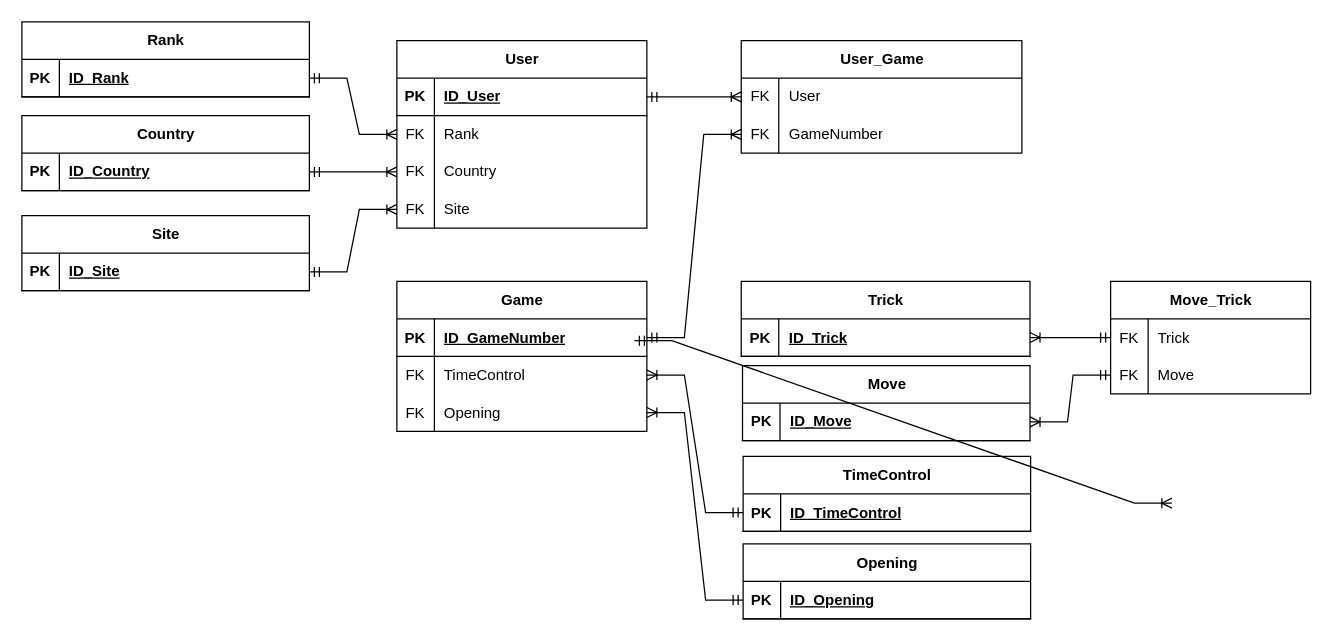
Before: ChessDataBase/Логическая модель.drawio in Gmel2004/DataBasesLabWorks, a draw.io diagram. Source tidied: cells renumbered, new cells numbered last; positions are measured from the earlier drawing's top-left corner, leaving out a move shared by most shapes. Both pictures are drawn from the tidied source at 125%, with x=0, y=0 at pixel (21, -35).
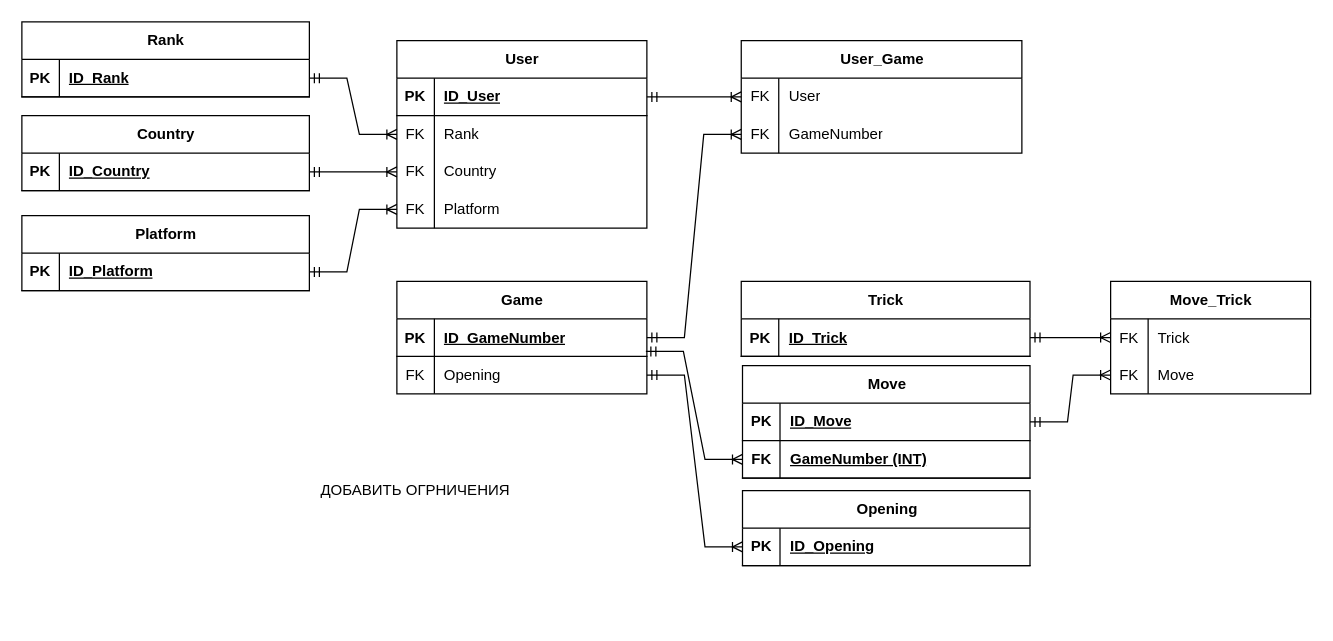
The same diagram, later.

The change refers to these unchanged cells:
```xml
<mxCell id="3" style="shape=tableRow;horizontal=0;startSize=0;swimlaneHead=0;swimlaneBody=0;fillColor=none;points=[[0,0.5],[1,0.5]];portConstraint=eastwest;top=0;left=0;right=0;bottom=1;labelBackgroundColor=none;" parent="2" vertex="1">
  <mxGeometry y="30" width="200" height="30" as="geometry" />
</mxCell>
<mxCell id="22" style="shape=tableRow;horizontal=0;startSize=0;swimlaneHead=0;swimlaneBody=0;fillColor=none;points=[[0,0.5],[1,0.5]];portConstraint=eastwest;top=0;left=0;right=0;bottom=0;labelBackgroundColor=none;" parent="12" vertex="1">
  <mxGeometry y="120" width="200" height="30" as="geometry" />
</mxCell>
<mxCell id="34" style="shape=tableRow;horizontal=0;startSize=0;swimlaneHead=0;swimlaneBody=0;fillColor=none;points=[[0,0.5],[1,0.5]];portConstraint=eastwest;top=0;left=0;right=0;bottom=1;labelBackgroundColor=none;" parent="33" vertex="1">
  <mxGeometry y="30" width="230" height="30" as="geometry" />
</mxCell>
<mxCell id="42" style="shape=tableRow;horizontal=0;startSize=0;swimlaneHead=0;swimlaneBody=0;fillColor=none;points=[[0,0.5],[1,0.5]];portConstraint=eastwest;top=0;left=0;right=0;bottom=1;labelBackgroundColor=none;" parent="41" vertex="1">
  <mxGeometry y="30" width="230" height="30" as="geometry" />
</mxCell>
<mxCell id="46" style="shape=tableRow;horizontal=0;startSize=0;swimlaneHead=0;swimlaneBody=0;fillColor=none;points=[[0,0.5],[1,0.5]];portConstraint=eastwest;top=0;left=0;right=0;bottom=0;labelBackgroundColor=none;" parent="45" vertex="1">
  <mxGeometry y="30" width="160" height="30" as="geometry" />
</mxCell>
<mxCell id="49" style="shape=tableRow;horizontal=0;startSize=0;swimlaneHead=0;swimlaneBody=0;fillColor=none;points=[[0,0.5],[1,0.5]];portConstraint=eastwest;top=0;left=0;right=0;bottom=0;labelBackgroundColor=none;" parent="45" vertex="1">
  <mxGeometry y="60" width="160" height="30" as="geometry" />
</mxCell>
<mxCell id="53" style="shape=tableRow;horizontal=0;startSize=0;swimlaneHead=0;swimlaneBody=0;fillColor=none;points=[[0,0.5],[1,0.5]];portConstraint=eastwest;top=0;left=0;right=0;bottom=1;labelBackgroundColor=none;" parent="52" vertex="1">
  <mxGeometry y="30" width="230" height="30" as="geometry" />
</mxCell>
<mxCell id="74" style="shape=tableRow;horizontal=0;startSize=0;swimlaneHead=0;swimlaneBody=0;fillColor=none;points=[[0,0.5],[1,0.5]];portConstraint=eastwest;top=0;left=0;right=0;bottom=1;" parent="73" vertex="1">
  <mxGeometry y="30" width="231" height="30" as="geometry" />
</mxCell>
```

What changed in the source:
```diff
@@
     <mxCell id="2" value="Game" style="shape=table;startSize=30;childLayout=tableLayout;rowLines=0;fontStyle=1;align=center;html=1;labelBackgroundColor=none;" parent="1" vertex="1">
-      <mxGeometry x="300" y="252.5" width="200" height="120" as="geometry" />
+      <mxGeometry x="300" y="252.5" width="200" height="90" as="geometry" />
     </mxCell>
@@
-    <mxCell id="6" style="shape=tableRow;horizontal=0;startSize=0;swimlaneHead=0;swimlaneBody=0;fillColor=none;points=[[0,0.5],[1,0.5]];portConstraint=eastwest;top=0;left=0;right=0;bottom=0;labelBackgroundColor=none;" parent="2" vertex="1">
-      <mxGeometry y="60" width="200" height="30" as="geometry" />
-    </mxCell>
-    <mxCell id="7" value="FK" style="shape=partialRectangle;fillColor=none;top=0;left=0;bottom=0;right=0;overflow=hidden;whiteSpace=wrap;html=1;labelBackgroundColor=none;" parent="6" vertex="1">
-      <mxGeometry width="30" height="30" as="geometry" />
-    </mxCell>
-    <mxCell id="8" value="TimeControl" style="shape=partialRectangle;fillColor=none;top=0;left=0;bottom=0;right=0;align=left;spacingLeft=6;overflow=hidden;whiteSpace=wrap;html=1;labelBackgroundColor=none;" parent="6" vertex="1">
-      <mxGeometry x="30" width="170" height="30" as="geometry" />
-    </mxCell>
     <mxCell id="9" style="shape=tableRow;horizontal=0;startSize=0;swimlaneHead=0;swimlaneBody=0;fillColor=none;points=[[0,0.5],[1,0.5]];portConstraint=eastwest;top=0;left=0;right=0;bottom=0;labelBackgroundColor=none;" parent="2" vertex="1">
-      <mxGeometry y="90" width="200" height="30" as="geometry" />
+      <mxGeometry y="60" width="200" height="30" as="geometry" />
     </mxCell>
@@
-    <mxCell id="24" value="Site" style="shape=partialRectangle;fillColor=none;top=0;left=0;bottom=0;right=0;align=left;spacingLeft=6;overflow=hidden;whiteSpace=wrap;html=1;labelBackgroundColor=none;" parent="22" vertex="1">
+    <mxCell id="24" value="Platform" style="shape=partialRectangle;fillColor=none;top=0;left=0;bottom=0;right=0;align=left;spacingLeft=6;overflow=hidden;whiteSpace=wrap;html=1;labelBackgroundColor=none;" parent="22" vertex="1">
       <mxGeometry x="30" width="170" height="30" as="geometry" />
     </mxCell>
@@
-    <mxCell id="33" value="Site" style="shape=table;startSize=30;childLayout=tableLayout;rowLines=0;fontStyle=1;align=center;html=1;labelBackgroundColor=none;" parent="1" vertex="1">
+    <mxCell id="33" value="Platform" style="shape=table;startSize=30;childLayout=tableLayout;rowLines=0;fontStyle=1;align=center;html=1;labelBackgroundColor=none;" parent="1" vertex="1">
       <mxGeometry y="200" width="230" height="60" as="geometry" />
     </mxCell>
@@
-    <mxCell id="36" value="ID_Site" style="shape=partialRectangle;fillColor=none;top=0;left=0;bottom=0;right=0;align=left;spacingLeft=6;fontStyle=5;overflow=hidden;whiteSpace=wrap;html=1;labelBackgroundColor=none;" parent="34" vertex="1">
+    <mxCell id="36" value="ID_Platform" style="shape=partialRectangle;fillColor=none;top=0;left=0;bottom=0;right=0;align=left;spacingLeft=6;fontStyle=5;overflow=hidden;whiteSpace=wrap;html=1;labelBackgroundColor=none;" parent="34" vertex="1">
       <mxGeometry x="30" width="200" height="30" as="geometry" />
     </mxCell>
-    <mxCell id="37" value="TimeControl" style="shape=table;startSize=30;childLayout=tableLayout;rowLines=0;fontStyle=1;align=center;html=1;labelBackgroundColor=none;" parent="1" vertex="1">
-      <mxGeometry x="577" y="392.5" width="230" height="60" as="geometry" />
-    </mxCell>
-    <mxCell id="38" style="shape=tableRow;horizontal=0;startSize=0;swimlaneHead=0;swimlaneBody=0;fillColor=none;points=[[0,0.5],[1,0.5]];portConstraint=eastwest;top=0;left=0;right=0;bottom=1;labelBackgroundColor=none;" parent="37" vertex="1">
-      <mxGeometry y="30" width="230" height="30" as="geometry" />
-    </mxCell>
-    <mxCell id="39" value="PK" style="shape=partialRectangle;fillColor=none;top=0;left=0;bottom=0;right=0;fontStyle=1;overflow=hidden;whiteSpace=wrap;html=1;labelBackgroundColor=none;" parent="38" vertex="1">
-      <mxGeometry width="30" height="30" as="geometry" />
-    </mxCell>
-    <mxCell id="40" value="ID_TimeControl" style="shape=partialRectangle;fillColor=none;top=0;left=0;bottom=0;right=0;align=left;spacingLeft=6;fontStyle=5;overflow=hidden;whiteSpace=wrap;html=1;labelBackgroundColor=none;" parent="38" vertex="1">
-      <mxGeometry x="30" width="200" height="30" as="geometry" />
-    </mxCell>
     <mxCell id="41" value="Move" style="shape=table;startSize=30;childLayout=tableLayout;rowLines=0;fontStyle=1;align=center;html=1;labelBackgroundColor=none;" parent="1" vertex="1">
-      <mxGeometry x="576.5" y="320" width="230" height="60" as="geometry" />
+      <mxGeometry x="576.5" y="320" width="230" height="90" as="geometry" />
     </mxCell>
@@
+    <mxCell id="77" style="shape=tableRow;horizontal=0;startSize=0;swimlaneHead=0;swimlaneBody=0;fillColor=none;points=[[0,0.5],[1,0.5]];portConstraint=eastwest;top=0;left=0;right=0;bottom=1;labelBackgroundColor=none;" parent="41" vertex="1">
+      <mxGeometry y="60" width="230" height="30" as="geometry" />
+    </mxCell>
+    <mxCell id="7" value="FK" style="shape=partialRectangle;fillColor=none;top=0;left=0;bottom=0;right=0;fontStyle=1;overflow=hidden;whiteSpace=wrap;html=1;labelBackgroundColor=none;" parent="77" vertex="1">
+      <mxGeometry width="30" height="30" as="geometry" />
+    </mxCell>
+    <mxCell id="78" value="GameNumber (INT)" style="shape=partialRectangle;fillColor=none;top=0;left=0;bottom=0;right=0;align=left;spacingLeft=6;fontStyle=5;overflow=hidden;whiteSpace=wrap;html=1;labelBackgroundColor=none;" parent="77" vertex="1">
+      <mxGeometry x="30" width="200" height="30" as="geometry" />
+    </mxCell>
@@
     <mxCell id="52" value="Opening" style="shape=table;startSize=30;childLayout=tableLayout;rowLines=0;fontStyle=1;align=center;html=1;labelBackgroundColor=none;" parent="1" vertex="1">
-      <mxGeometry x="577" y="462.5" width="230" height="60" as="geometry" />
+      <mxGeometry x="576.5" y="420" width="230" height="60" as="geometry" />
     </mxCell>
@@
-    <mxCell id="59" style="edgeStyle=entityRelationEdgeStyle;fontSize=12;html=1;endArrow=ERoneToMany;startArrow=ERmandOne;rounded=0;exitX=0;exitY=0.5;exitDx=0;exitDy=0;entryX=1;entryY=0.5;entryDx=0;entryDy=0;labelBackgroundColor=none;fontColor=default;" parent="1" edge="1" source="53" target="9">
-      <mxGeometry relative="1" as="geometry">
-        <Array as="points">
-          <mxPoint x="60" y="430" />
-          <mxPoint x="60" y="400" />
-          <mxPoint x="20" y="420" />
-        </Array>
-      </mxGeometry>
-    </mxCell>
-    <mxCell id="60" style="edgeStyle=entityRelationEdgeStyle;fontSize=12;html=1;endArrow=ERoneToMany;startArrow=ERmandOne;rounded=0;labelBackgroundColor=none;fontColor=default;entryX=0;entryY=0.5;entryDx=0;entryDy=0;" parent="1" edge="1">
+    <mxCell id="60" style="edgeStyle=entityRelationEdgeStyle;fontSize=12;html=1;endArrow=ERoneToMany;startArrow=ERmandOne;rounded=0;labelBackgroundColor=none;fontColor=default;exitX=0.996;exitY=0.87;exitDx=0;exitDy=0;exitPerimeter=0;entryX=0;entryY=0.5;entryDx=0;entryDy=0;" parent="1" edge="1" source="3" target="77">
       <mxGeometry relative="1" as="geometry">
-        <mxPoint x="490" y="300" as="sourcePoint" />
-        <mxPoint x="920" y="430" as="targetPoint" />
         <Array as="points">
           <mxPoint x="70" y="440" />
           <mxPoint x="70" y="410" />
           <mxPoint x="30" y="430" />
         </Array>
       </mxGeometry>
     </mxCell>
-    <mxCell id="61" style="edgeStyle=entityRelationEdgeStyle;fontSize=12;html=1;endArrow=ERoneToMany;startArrow=ERmandOne;rounded=0;exitX=0;exitY=0.5;exitDx=0;exitDy=0;entryX=1;entryY=0.5;entryDx=0;entryDy=0;labelBackgroundColor=none;fontColor=default;" parent="1" edge="1" source="38" target="6">
-      <mxGeometry relative="1" as="geometry">
-        <Array as="points">
-          <mxPoint x="80" y="450" />
-          <mxPoint x="80" y="420" />
-          <mxPoint x="40" y="440" />
-        </Array>
-      </mxGeometry>
-    </mxCell>
-    <mxCell id="62" style="edgeStyle=entityRelationEdgeStyle;fontSize=12;html=1;endArrow=ERoneToMany;startArrow=ERmandOne;rounded=0;entryX=1;entryY=0.5;entryDx=0;entryDy=0;labelBackgroundColor=none;fontColor=default;" parent="1" edge="1" source="49" target="42">
+    <mxCell id="62" style="edgeStyle=entityRelationEdgeStyle;fontSize=12;html=1;endArrow=ERoneToMany;startArrow=ERmandOne;rounded=0;entryX=0;entryY=0.5;entryDx=0;entryDy=0;labelBackgroundColor=none;fontColor=default;exitX=1;exitY=0.5;exitDx=0;exitDy=0;" parent="1" edge="1" source="42" target="49">
       <mxGeometry relative="1" as="geometry">
         <Array as="points">
           <mxPoint x="81" y="312.5" />
           <mxPoint x="761" y="382.5" />
           <mxPoint x="81" y="282.5" />
           <mxPoint x="41" y="302.5" />
         </Array>
       </mxGeometry>
     </mxCell>
-    <mxCell id="63" style="edgeStyle=entityRelationEdgeStyle;fontSize=12;html=1;endArrow=ERoneToMany;startArrow=ERmandOne;rounded=0;entryX=1;entryY=0.5;entryDx=0;entryDy=0;labelBackgroundColor=none;fontColor=default;exitX=0;exitY=0.5;exitDx=0;exitDy=0;" parent="1" edge="1" source="46" target="74">
+    <mxCell id="63" style="edgeStyle=entityRelationEdgeStyle;fontSize=12;html=1;endArrow=ERoneToMany;startArrow=ERmandOne;rounded=0;labelBackgroundColor=none;fontColor=default;exitX=1;exitY=0.5;exitDx=0;exitDy=0;entryX=0;entryY=0.5;entryDx=0;entryDy=0;" parent="1" edge="1" source="74" target="46">
       <mxGeometry relative="1" as="geometry">
         <Array as="points">
           <mxPoint x="91" y="322.5" />
           <mxPoint x="91" y="292.5" />
           <mxPoint x="51" y="312.5" />
         </Array>
       </mxGeometry>
     </mxCell>
@@
+    <mxCell id="79" style="edgeStyle=entityRelationEdgeStyle;fontSize=12;html=1;endArrow=ERoneToMany;startArrow=ERmandOne;rounded=0;entryX=0;entryY=0.5;entryDx=0;entryDy=0;labelBackgroundColor=none;fontColor=default;exitX=1;exitY=0.5;exitDx=0;exitDy=0;" parent="1" edge="1" source="9" target="53">
+      <mxGeometry relative="1" as="geometry">
+        <Array as="points">
+          <mxPoint x="500" y="330" />
+          <mxPoint x="91" y="322.5" />
+          <mxPoint x="771" y="392.5" />
+          <mxPoint x="91" y="292.5" />
+          <mxPoint x="51" y="312.5" />
+        </Array>
+      </mxGeometry>
+    </mxCell>
+    <mxCell id="80" value="ДОБАВИТЬ ОГРНИЧЕНИЯ" style="text;html=1;strokeColor=none;fillColor=none;align=center;verticalAlign=middle;whiteSpace=wrap;rounded=0;" parent="1" vertex="1">
+      <mxGeometry x="230" y="405" width="170" height="30" as="geometry" />
+    </mxCell>
```
